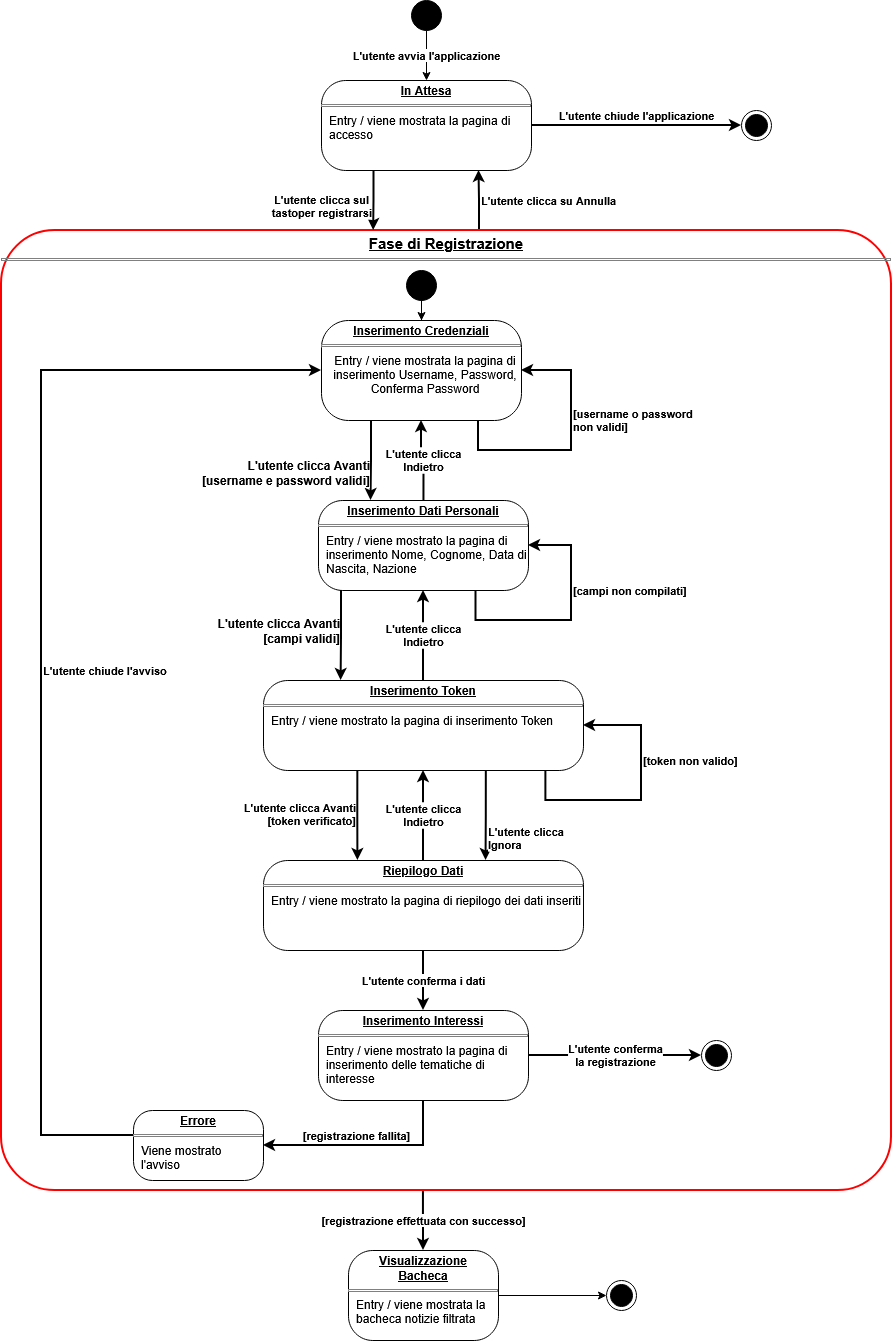
This is docs/diagrams_src/RAD_Diagrams/SCD_GU.png from AndreaRainone/FARIS, a draw.io export, as it was before one commit. Source tidied: cells renumbered, new cells last; positions are measured from the earlier drawing's top-left corner, leaving out a move shared by most shapes. Source of this version:
```xml
<mxGraphModel>
  <root>
    <mxCell id="0" />
    <mxCell id="1" parent="0" />
    <mxCell id="2" value="&lt;b&gt;L'utente clicca su Annulla&lt;/b&gt;" style="edgeStyle=orthogonalEdgeStyle;rounded=0;jettySize=auto;html=1;entryX=0.75;entryY=1;entryDx=0;entryDy=0;defaultLabelBackgroundColor=page;exitX=0.537;exitY=0.001;exitDx=0;exitDy=0;strokeWidth=2;labelPosition=right;verticalLabelPosition=middle;align=left;verticalAlign=middle;" parent="1" edge="1" source="4" target="16">
      <mxGeometry relative="1" as="geometry" />
    </mxCell>
    <mxCell id="3" value="[registrazione effettuata con successo]" style="edgeStyle=orthogonalEdgeStyle;rounded=0;jettySize=auto;html=1;defaultLabelBackgroundColor=page;fontStyle=1;strokeWidth=2;entryX=0.5;entryY=0;entryDx=0;entryDy=0;exitX=0.474;exitY=1.002;exitDx=0;exitDy=0;" parent="1" edge="1" source="4" target="35">
      <mxGeometry relative="1" as="geometry" />
    </mxCell>
    <mxCell id="4" value="&lt;p style=&quot;margin: 4px 0px 0px; text-align: center; text-decoration: underline;&quot;&gt;&lt;font style=&quot;font-size: 15px;&quot;&gt;&lt;b&gt;Fase di Registrazione&lt;/b&gt;&lt;/font&gt;&lt;/p&gt;&lt;hr size=&quot;1&quot; style=&quot;border-style:solid;&quot;&gt;&lt;p style=&quot;margin:0px;margin-left:8px;&quot;&gt;&lt;br&gt;&lt;/p&gt;" style="verticalAlign=top;align=left;overflow=fill;html=1;whiteSpace=wrap;rounded=1;roundedPerimeter=1;arcSize=6;fillColor=none;strokeColor=#FF0000;strokeWidth=2;" parent="1" vertex="1">
      <mxGeometry y="230" width="890" height="960" as="geometry" />
    </mxCell>
    <mxCell id="5" value="L'utente avvia l'applicazione" style="edgeStyle=orthogonalEdgeStyle;rounded=0;jettySize=auto;html=1;entryX=0.5;entryY=0;entryDx=0;entryDy=0;defaultLabelBackgroundColor=page;fontStyle=1;" parent="1" edge="1" source="6" target="16">
      <mxGeometry relative="1" as="geometry" />
    </mxCell>
    <mxCell id="6" style="ellipse;fillColor=strokeColor;html=1;" parent="1" vertex="1">
      <mxGeometry x="410" width="30" height="30" as="geometry" />
    </mxCell>
    <mxCell id="7" value="L'utente clicca Avanti&lt;br&gt;[username e password validi]" style="edgeStyle=orthogonalEdgeStyle;rounded=0;jettySize=auto;html=1;defaultLabelBackgroundColor=page;strokeWidth=2;verticalAlign=middle;labelPosition=left;verticalLabelPosition=middle;align=right;fontStyle=1;fontSize=12;exitX=0.25;exitY=1;exitDx=0;exitDy=0;entryX=0.25;entryY=0;entryDx=0;entryDy=0;" parent="1" edge="1" source="9" target="11">
      <mxGeometry x="0.31" relative="1" as="geometry" />
    </mxCell>
    <mxCell id="8" value="&lt;b&gt;[username o password&lt;br&gt;non validi]&lt;/b&gt;" style="edgeStyle=orthogonalEdgeStyle;rounded=0;orthogonalLoop=1;jettySize=auto;html=1;defaultLabelBackgroundColor=page;exitX=0.793;exitY=1.014;exitDx=0;exitDy=0;innerLoopWaypoints=1;verticalAlign=top;labelPosition=right;verticalLabelPosition=middle;align=left;strokeWidth=2;entryX=1;entryY=0.5;entryDx=0;entryDy=0;" parent="1" edge="1" source="9" target="9">
      <mxGeometry x="0.37" relative="1" as="geometry">
        <Array as="points">
          <mxPoint x="477" y="450" />
          <mxPoint x="570" y="450" />
          <mxPoint x="570" y="370" />
        </Array>
      </mxGeometry>
    </mxCell>
    <mxCell id="9" value="&lt;p style=&quot;margin: 4px 0px 0px; text-align: center; text-decoration: underline;&quot;&gt;&lt;b&gt;Inserimento Credenziali&lt;/b&gt;&lt;/p&gt;&lt;hr size=&quot;1&quot; style=&quot;border-style:solid;&quot;&gt;&lt;p style=&quot;margin:0px;margin-left:8px;&quot; align=&quot;center&quot;&gt;Entry / viene mostrata la pagina di inserimento Username, Password, Conferma Password&lt;/p&gt;" style="verticalAlign=middle;align=left;overflow=fill;html=1;whiteSpace=wrap;rounded=1;roundedPerimeter=1;arcSize=27;" parent="1" vertex="1">
      <mxGeometry x="320" y="320" width="200" height="100" as="geometry" />
    </mxCell>
    <mxCell id="10" value="&lt;b&gt;L'utente clicca&lt;br&gt;Indietro&lt;/b&gt;" style="edgeStyle=orthogonalEdgeStyle;rounded=0;jettySize=auto;html=1;entryX=0.5;entryY=1;entryDx=0;entryDy=0;defaultLabelBackgroundColor=page;strokeWidth=2;exitX=0.502;exitY=0.039;exitDx=0;exitDy=0;targetPerimeterSpacing=0;fixedPointSpacing=1;" parent="1" edge="1" source="11" target="9">
      <mxGeometry relative="1" as="geometry" />
    </mxCell>
    <mxCell id="11" value="&lt;p style=&quot;margin: 4px 0px 0px; text-align: center; text-decoration: underline;&quot;&gt;&lt;b&gt;Inserimento Dati Personali&lt;/b&gt;&lt;/p&gt;&lt;hr size=&quot;1&quot; style=&quot;border-style:solid;&quot;&gt;&lt;p style=&quot;margin:0px;margin-left:8px;&quot;&gt;Entry / viene mostrato la pagina di inserimento Nome, Cognome, Data di Nascita, Nazione&lt;/p&gt;" style="verticalAlign=top;align=left;overflow=fill;html=1;whiteSpace=wrap;rounded=1;roundedPerimeter=1;arcSize=27;" parent="1" vertex="1">
      <mxGeometry x="317" y="500" width="210" height="90" as="geometry" />
    </mxCell>
    <mxCell id="12" value="L'utente clicca Avanti&lt;br&gt;[campi&amp;nbsp;validi]" style="edgeStyle=orthogonalEdgeStyle;rounded=0;jettySize=auto;html=1;defaultLabelBackgroundColor=page;strokeWidth=2;verticalAlign=middle;labelPosition=left;verticalLabelPosition=middle;align=right;fontStyle=1;fontSize=12;entryX=0.242;entryY=-0.001;entryDx=0;entryDy=0;" parent="1" edge="1" target="21">
      <mxGeometry x="-0.09" y="1" relative="1" as="geometry">
        <mxPoint x="340" y="590" as="sourcePoint" />
        <mxPoint x="-1" as="offset" />
      </mxGeometry>
    </mxCell>
    <mxCell id="13" value="&lt;b&gt;[campi&amp;nbsp;non compilati]&lt;/b&gt;" style="edgeStyle=orthogonalEdgeStyle;rounded=0;orthogonalLoop=1;jettySize=auto;html=1;defaultLabelBackgroundColor=page;entryX=1;entryY=0.5;entryDx=0;entryDy=0;exitX=0.75;exitY=1;exitDx=0;exitDy=0;innerLoopWaypoints=1;verticalAlign=middle;strokeWidth=2;labelPosition=right;verticalLabelPosition=middle;align=left;" parent="1" edge="1" source="11" target="11">
      <mxGeometry x="0.27" relative="1" as="geometry">
        <Array as="points">
          <mxPoint x="474.5" y="620" />
          <mxPoint x="570" y="620" />
          <mxPoint x="570" y="545" />
        </Array>
        <mxPoint y="-1" as="offset" />
      </mxGeometry>
    </mxCell>
    <mxCell id="14" value="&lt;b&gt;L'utente clicca sul&amp;nbsp;&lt;br&gt;tastoper registrarsi&lt;/b&gt;" style="edgeStyle=orthogonalEdgeStyle;rounded=0;jettySize=auto;html=1;entryX=0.418;entryY=-0.001;entryDx=0;entryDy=0;defaultLabelBackgroundColor=page;exitX=0.25;exitY=1;exitDx=0;exitDy=0;strokeWidth=2;verticalAlign=middle;labelPosition=left;verticalLabelPosition=middle;align=right;" parent="1" edge="1" source="16" target="4">
      <mxGeometry x="0.19" relative="1" as="geometry" />
    </mxCell>
    <mxCell id="15" value="L'utente chiude l'applicazione" style="edgeStyle=orthogonalEdgeStyle;rounded=0;jettySize=auto;html=1;defaultLabelBackgroundColor=page;fontStyle=1;strokeWidth=2;verticalAlign=bottom;entryX=0;entryY=0.5;entryDx=0;entryDy=0;" parent="1" edge="1" source="16" target="30">
      <mxGeometry relative="1" as="geometry" />
    </mxCell>
    <mxCell id="16" value="&lt;p style=&quot;margin: 4px 0px 0px; text-align: center; text-decoration: underline;&quot;&gt;&lt;b&gt;In Attesa&lt;/b&gt;&lt;/p&gt;&lt;hr size=&quot;1&quot; style=&quot;border-style:solid;&quot;&gt;&lt;p style=&quot;margin:0px;margin-left:8px;&quot;&gt;Entry / viene mostrata la pagina di accesso&lt;/p&gt;" style="verticalAlign=top;align=left;overflow=fill;html=1;whiteSpace=wrap;rounded=1;roundedPerimeter=1;arcSize=27;" parent="1" vertex="1">
      <mxGeometry x="320" y="80" width="210" height="90" as="geometry" />
    </mxCell>
    <mxCell id="17" value="&lt;b&gt;L'utente clicca&lt;br&gt;Indietro&lt;/b&gt;" style="edgeStyle=orthogonalEdgeStyle;rounded=0;jettySize=auto;html=1;entryX=0.5;entryY=1;entryDx=0;entryDy=0;defaultLabelBackgroundColor=page;strokeWidth=2;" parent="1" edge="1" source="21" target="11">
      <mxGeometry relative="1" as="geometry" />
    </mxCell>
    <mxCell id="18" value="L'utente clicca Avanti&lt;br&gt;[token verificato]" style="edgeStyle=orthogonalEdgeStyle;rounded=0;jettySize=auto;html=1;entryX=0.295;entryY=0;entryDx=0;entryDy=0;defaultLabelBackgroundColor=page;exitX=0.287;exitY=1.019;exitDx=0;exitDy=0;strokeWidth=2;fontStyle=1;labelPosition=left;verticalLabelPosition=middle;align=right;verticalAlign=middle;" parent="1" edge="1" source="21" target="26">
      <mxGeometry x="-0.02" relative="1" as="geometry" />
    </mxCell>
    <mxCell id="19" value="&lt;b&gt;L'utente clicca&lt;br&gt;Ignora&lt;/b&gt;" style="edgeStyle=orthogonalEdgeStyle;rounded=0;jettySize=auto;html=1;entryX=0.706;entryY=-0.027;entryDx=0;entryDy=0;defaultLabelBackgroundColor=page;exitX=0.703;exitY=1.017;exitDx=0;exitDy=0;strokeWidth=2;labelPosition=right;verticalLabelPosition=middle;align=left;verticalAlign=middle;" parent="1" edge="1" source="21" target="26">
      <mxGeometry x="0.51" relative="1" as="geometry" />
    </mxCell>
    <mxCell id="20" value="&lt;b&gt;[token non valido]&lt;/b&gt;" style="edgeStyle=orthogonalEdgeStyle;rounded=0;orthogonalLoop=1;jettySize=auto;html=1;defaultLabelBackgroundColor=page;exitX=0.871;exitY=0.985;exitDx=0;exitDy=0;entryX=1;entryY=0.5;entryDx=0;entryDy=0;innerLoopWaypoints=1;fontStyle=0;strokeWidth=2;labelPosition=right;verticalLabelPosition=middle;align=left;verticalAlign=middle;" parent="1" edge="1" source="21" target="21">
      <mxGeometry x="0.28" relative="1" as="geometry">
        <Array as="points">
          <mxPoint x="544.4" y="800" />
          <mxPoint x="640" y="800" />
          <mxPoint x="640" y="725" />
        </Array>
      </mxGeometry>
    </mxCell>
    <mxCell id="21" value="&lt;p style=&quot;margin: 4px 0px 0px; text-align: center; text-decoration: underline;&quot;&gt;&lt;b&gt;Inserimento Token&lt;/b&gt;&lt;/p&gt;&lt;hr size=&quot;1&quot; style=&quot;border-style:solid;&quot;&gt;&lt;p style=&quot;margin:0px;margin-left:8px;&quot;&gt;Entry / viene mostrato la pagina di inserimento Token&lt;/p&gt;" style="verticalAlign=top;align=left;overflow=fill;html=1;whiteSpace=wrap;rounded=1;roundedPerimeter=1;arcSize=27;" parent="1" vertex="1">
      <mxGeometry x="262" y="680" width="320" height="90" as="geometry" />
    </mxCell>
    <mxCell id="22" style="edgeStyle=orthogonalEdgeStyle;rounded=0;jettySize=auto;html=1;entryX=0.5;entryY=0;entryDx=0;entryDy=0;defaultLabelBackgroundColor=page;" parent="1" edge="1" source="23" target="9">
      <mxGeometry relative="1" as="geometry" />
    </mxCell>
    <mxCell id="23" style="ellipse;fillColor=strokeColor;html=1;" parent="1" vertex="1">
      <mxGeometry x="405" y="270" width="30" height="30" as="geometry" />
    </mxCell>
    <mxCell id="24" value="L'utente clicca&lt;br&gt;Indietro" style="edgeStyle=orthogonalEdgeStyle;rounded=0;jettySize=auto;html=1;entryX=0.5;entryY=1;entryDx=0;entryDy=0;defaultLabelBackgroundColor=page;fontStyle=1;strokeWidth=2;exitX=0.5;exitY=0;exitDx=0;exitDy=0;" parent="1" edge="1" source="26" target="21">
      <mxGeometry x="-0.01" relative="1" as="geometry" />
    </mxCell>
    <mxCell id="25" value="L'utente conferma i dati" style="edgeStyle=orthogonalEdgeStyle;rounded=0;jettySize=auto;html=1;defaultLabelBackgroundColor=page;fontStyle=1;strokeWidth=2;entryX=0.5;entryY=0;entryDx=0;entryDy=0;" parent="1" edge="1" source="26" target="29">
      <mxGeometry relative="1" as="geometry" />
    </mxCell>
    <mxCell id="26" value="&lt;p style=&quot;margin: 4px 0px 0px; text-align: center; text-decoration: underline;&quot;&gt;&lt;b&gt;Riepilogo Dati&lt;/b&gt;&lt;/p&gt;&lt;hr size=&quot;1&quot; style=&quot;border-style:solid;&quot;&gt;&lt;p style=&quot;margin:0px;margin-left:8px;&quot;&gt;Entry / viene mostrato la pagina di riepilogo dei dati inseriti&lt;/p&gt;" style="verticalAlign=top;align=left;overflow=fill;html=1;whiteSpace=wrap;rounded=1;roundedPerimeter=1;arcSize=27;" parent="1" vertex="1">
      <mxGeometry x="262" y="860" width="320" height="90" as="geometry" />
    </mxCell>
    <mxCell id="27" value="L'utente conferma&lt;br&gt;la registrazione" style="edgeStyle=orthogonalEdgeStyle;rounded=0;jettySize=auto;html=1;defaultLabelBackgroundColor=page;strokeWidth=2;fontStyle=1;entryX=0;entryY=0.5;entryDx=0;entryDy=0;" parent="1" edge="1" source="29" target="32">
      <mxGeometry relative="1" as="geometry" />
    </mxCell>
    <mxCell id="28" value="[registrazione fallita]" style="edgeStyle=orthogonalEdgeStyle;rounded=0;jettySize=auto;html=1;defaultLabelBackgroundColor=page;entryX=1;entryY=0.5;entryDx=0;entryDy=0;strokeWidth=2;fontStyle=1;verticalAlign=bottom;" parent="1" edge="1" source="29" target="34">
      <mxGeometry x="0.1" relative="1" as="geometry">
        <Array as="points">
          <mxPoint x="422" y="1145" />
        </Array>
      </mxGeometry>
    </mxCell>
    <mxCell id="29" value="&lt;p style=&quot;margin: 4px 0px 0px; text-align: center; text-decoration: underline;&quot;&gt;&lt;b&gt;Inserimento Interessi&lt;/b&gt;&lt;/p&gt;&lt;hr size=&quot;1&quot; style=&quot;border-style:solid;&quot;&gt;&lt;p style=&quot;margin:0px;margin-left:8px;&quot;&gt;Entry / viene mostrato la pagina di inserimento delle tematiche di interesse&lt;/p&gt;" style="verticalAlign=top;align=left;overflow=fill;html=1;whiteSpace=wrap;rounded=1;roundedPerimeter=1;arcSize=27;" parent="1" vertex="1">
      <mxGeometry x="317" y="1010" width="210" height="90" as="geometry" />
    </mxCell>
    <mxCell id="30" style="ellipse;html=1;shape=endState;fillColor=strokeColor;" parent="1" vertex="1">
      <mxGeometry x="740" y="110" width="30" height="30" as="geometry" />
    </mxCell>
    <mxCell id="31" style="edgeStyle=orthogonalEdgeStyle;rounded=0;jettySize=auto;html=1;defaultLabelBackgroundColor=page;exitX=1;exitY=0.5;exitDx=0;exitDy=0;" parent="1" edge="1" source="35" target="36">
      <mxGeometry relative="1" as="geometry" />
    </mxCell>
    <mxCell id="32" style="ellipse;html=1;shape=endState;fillColor=strokeColor;" parent="1" vertex="1">
      <mxGeometry x="700" y="1040" width="30" height="30" as="geometry" />
    </mxCell>
    <mxCell id="33" value="L'utente chiude l'avviso" style="edgeStyle=orthogonalEdgeStyle;rounded=0;jettySize=auto;html=1;defaultLabelBackgroundColor=page;fontStyle=1;strokeWidth=2;verticalAlign=middle;entryX=0;entryY=0.5;entryDx=0;entryDy=0;labelPosition=right;verticalLabelPosition=middle;align=left;" parent="1" edge="1" source="34" target="9">
      <mxGeometry x="-0.02" relative="1" as="geometry">
        <Array as="points">
          <mxPoint x="40" y="1135" />
          <mxPoint x="40" y="370" />
        </Array>
      </mxGeometry>
    </mxCell>
    <mxCell id="34" value="&lt;p style=&quot;margin: 4px 0px 0px; text-align: center; text-decoration: underline;&quot;&gt;&lt;b&gt;Errore&lt;/b&gt;&lt;/p&gt;&lt;hr size=&quot;1&quot; style=&quot;border-style:solid;&quot;&gt;&lt;p style=&quot;margin:0px;margin-left:8px;&quot;&gt;Viene mostrato l'avviso&lt;/p&gt;" style="verticalAlign=middle;align=left;overflow=fill;html=1;whiteSpace=wrap;rounded=1;roundedPerimeter=1;arcSize=27;" parent="1" vertex="1">
      <mxGeometry x="132" y="1110" width="130" height="70" as="geometry" />
    </mxCell>
    <mxCell id="35" value="&lt;p style=&quot;margin: 4px 0px 0px; text-align: center; text-decoration: underline;&quot;&gt;&lt;b&gt;Visualizzazione&lt;br&gt;Bacheca&lt;/b&gt;&lt;/p&gt;&lt;hr size=&quot;1&quot; style=&quot;border-style:solid;&quot;&gt;&lt;p style=&quot;margin:0px;margin-left:8px;&quot;&gt;Entry / viene mostrata la bacheca notizie filtrata&lt;/p&gt;" style="verticalAlign=top;align=left;overflow=fill;html=1;whiteSpace=wrap;rounded=1;roundedPerimeter=1;arcSize=27;" parent="1" vertex="1">
      <mxGeometry x="347" y="1250" width="150" height="90" as="geometry" />
    </mxCell>
    <mxCell id="36" style="ellipse;html=1;shape=endState;fillColor=strokeColor;" parent="1" vertex="1">
      <mxGeometry x="605" y="1280" width="30" height="30" as="geometry" />
    </mxCell>
  </root>
</mxGraphModel>
```
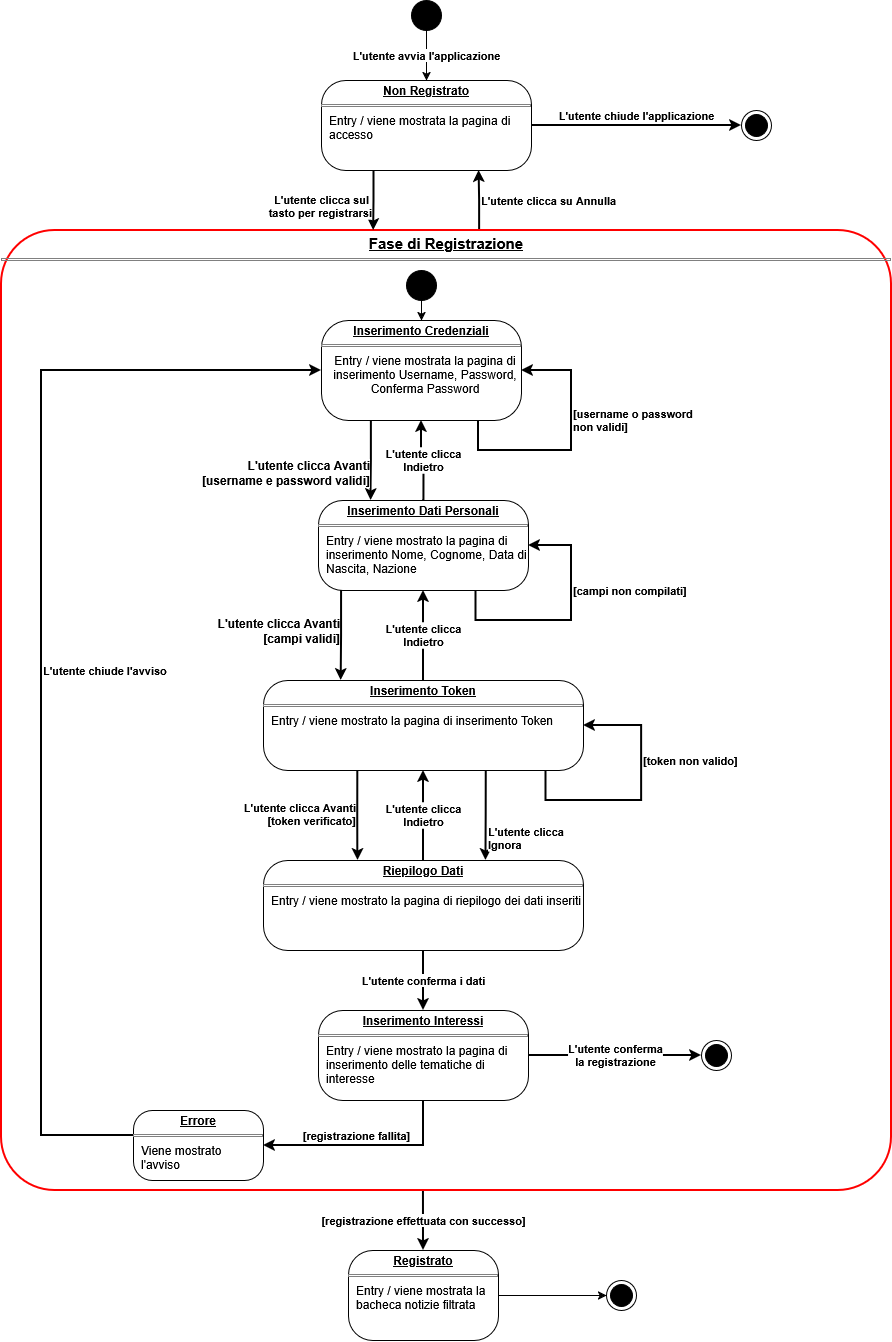
After the change.

Change to the diagram source:
```diff
@@ -54,13 +54,13 @@
         <mxPoint y="-1" as="offset" />
       </mxGeometry>
     </mxCell>
-    <mxCell id="14" value="&lt;b&gt;L'utente clicca sul&amp;nbsp;&lt;br&gt;tastoper registrarsi&lt;/b&gt;" style="edgeStyle=orthogonalEdgeStyle;rounded=0;jettySize=auto;html=1;entryX=0.418;entryY=-0.001;entryDx=0;entryDy=0;defaultLabelBackgroundColor=page;exitX=0.25;exitY=1;exitDx=0;exitDy=0;strokeWidth=2;verticalAlign=middle;labelPosition=left;verticalLabelPosition=middle;align=right;" parent="1" edge="1" source="16" target="4">
+    <mxCell id="14" value="&lt;b&gt;L'utente clicca sul&amp;nbsp;&lt;br&gt;tasto per registrarsi&lt;/b&gt;" style="edgeStyle=orthogonalEdgeStyle;rounded=0;jettySize=auto;html=1;entryX=0.418;entryY=-0.001;entryDx=0;entryDy=0;defaultLabelBackgroundColor=page;exitX=0.25;exitY=1;exitDx=0;exitDy=0;strokeWidth=2;verticalAlign=middle;labelPosition=left;verticalLabelPosition=middle;align=right;" parent="1" edge="1" source="16" target="4">
       <mxGeometry x="0.19" relative="1" as="geometry" />
     </mxCell>
     <mxCell id="15" value="L'utente chiude l'applicazione" style="edgeStyle=orthogonalEdgeStyle;rounded=0;jettySize=auto;html=1;defaultLabelBackgroundColor=page;fontStyle=1;strokeWidth=2;verticalAlign=bottom;entryX=0;entryY=0.5;entryDx=0;entryDy=0;" parent="1" edge="1" source="16" target="30">
       <mxGeometry relative="1" as="geometry" />
     </mxCell>
-    <mxCell id="16" value="&lt;p style=&quot;margin: 4px 0px 0px; text-align: center; text-decoration: underline;&quot;&gt;&lt;b&gt;In Attesa&lt;/b&gt;&lt;/p&gt;&lt;hr size=&quot;1&quot; style=&quot;border-style:solid;&quot;&gt;&lt;p style=&quot;margin:0px;margin-left:8px;&quot;&gt;Entry / viene mostrata la pagina di accesso&lt;/p&gt;" style="verticalAlign=top;align=left;overflow=fill;html=1;whiteSpace=wrap;rounded=1;roundedPerimeter=1;arcSize=27;" parent="1" vertex="1">
+    <mxCell id="16" value="&lt;p style=&quot;margin: 4px 0px 0px; text-align: center; text-decoration: underline;&quot;&gt;&lt;b&gt;Non Registrato&lt;/b&gt;&lt;/p&gt;&lt;hr size=&quot;1&quot; style=&quot;border-style:solid;&quot;&gt;&lt;p style=&quot;margin:0px;margin-left:8px;&quot;&gt;Entry / viene mostrata la pagina di accesso&lt;/p&gt;" style="verticalAlign=top;align=left;overflow=fill;html=1;whiteSpace=wrap;rounded=1;roundedPerimeter=1;arcSize=27;" parent="1" vertex="1">
       <mxGeometry x="320" y="80" width="210" height="90" as="geometry" />
     </mxCell>
     <mxCell id="17" value="&lt;b&gt;L'utente clicca&lt;br&gt;Indietro&lt;/b&gt;" style="edgeStyle=orthogonalEdgeStyle;rounded=0;jettySize=auto;html=1;entryX=0.5;entryY=1;entryDx=0;entryDy=0;defaultLabelBackgroundColor=page;strokeWidth=2;" parent="1" edge="1" source="21" target="11">
@@ -132,7 +132,7 @@
     <mxCell id="34" value="&lt;p style=&quot;margin: 4px 0px 0px; text-align: center; text-decoration: underline;&quot;&gt;&lt;b&gt;Errore&lt;/b&gt;&lt;/p&gt;&lt;hr size=&quot;1&quot; style=&quot;border-style:solid;&quot;&gt;&lt;p style=&quot;margin:0px;margin-left:8px;&quot;&gt;Viene mostrato l'avviso&lt;/p&gt;" style="verticalAlign=middle;align=left;overflow=fill;html=1;whiteSpace=wrap;rounded=1;roundedPerimeter=1;arcSize=27;" parent="1" vertex="1">
       <mxGeometry x="132" y="1110" width="130" height="70" as="geometry" />
     </mxCell>
-    <mxCell id="35" value="&lt;p style=&quot;margin: 4px 0px 0px; text-align: center; text-decoration: underline;&quot;&gt;&lt;b&gt;Visualizzazione&lt;br&gt;Bacheca&lt;/b&gt;&lt;/p&gt;&lt;hr size=&quot;1&quot; style=&quot;border-style:solid;&quot;&gt;&lt;p style=&quot;margin:0px;margin-left:8px;&quot;&gt;Entry / viene mostrata la bacheca notizie filtrata&lt;/p&gt;" style="verticalAlign=top;align=left;overflow=fill;html=1;whiteSpace=wrap;rounded=1;roundedPerimeter=1;arcSize=27;" parent="1" vertex="1">
+    <mxCell id="35" value="&lt;p style=&quot;margin: 4px 0px 0px; text-align: center; text-decoration: underline;&quot;&gt;&lt;b&gt;Registrato&lt;/b&gt;&lt;/p&gt;&lt;hr size=&quot;1&quot; style=&quot;border-style:solid;&quot;&gt;&lt;p style=&quot;margin:0px;margin-left:8px;&quot;&gt;Entry / viene mostrata la bacheca notizie filtrata&lt;/p&gt;" style="verticalAlign=top;align=left;overflow=fill;html=1;whiteSpace=wrap;rounded=1;roundedPerimeter=1;arcSize=27;" parent="1" vertex="1">
       <mxGeometry x="347" y="1250" width="150" height="90" as="geometry" />
     </mxCell>
     <mxCell id="36" style="ellipse;html=1;shape=endState;fillColor=strokeColor;" parent="1" vertex="1">
```
